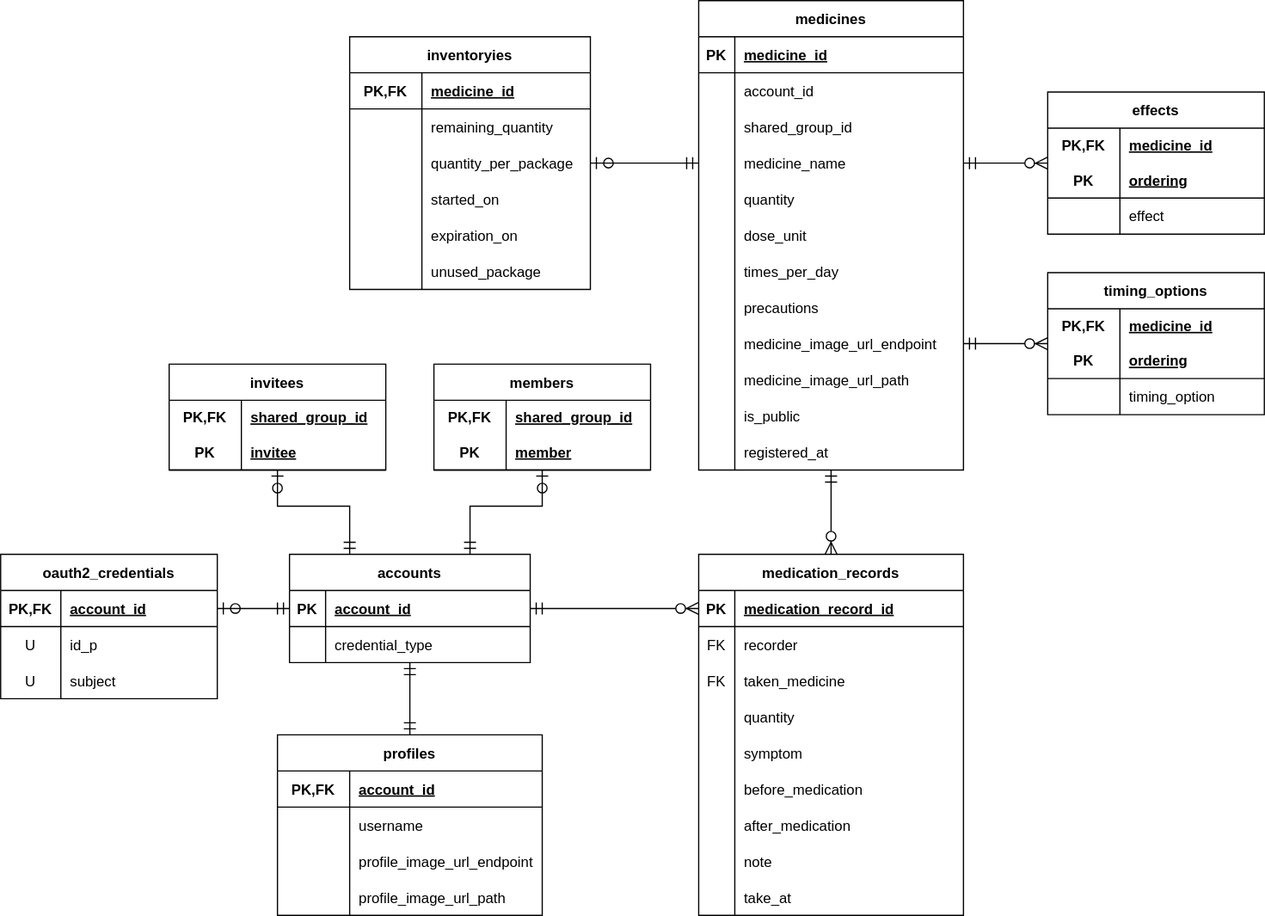
Above: docs/er.svg in hiroe-mkk/medicine-diary-webapp (draw.io), before the change. Source tidied: cells renumbered, new cells last; positions are measured from the earlier drawing's top-left corner, leaving out a move shared by most shapes.
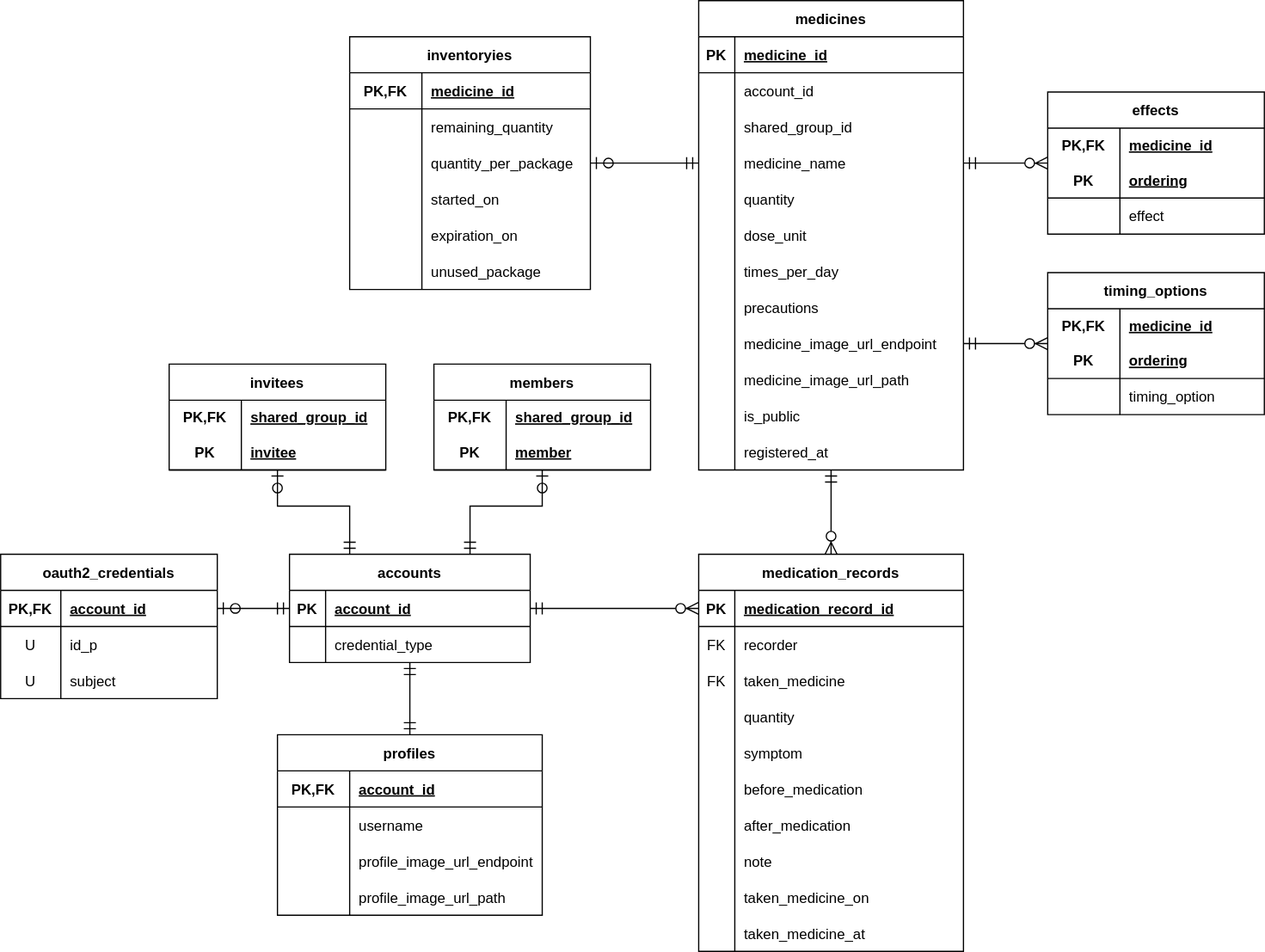
The same diagram one commit later.

The edit, as a diff of the source:
```diff
@@ -177,7 +177,7 @@
       <mxGeometry relative="1" as="geometry" />
     </mxCell>
     <mxCell id="60" value="medication_records" style="shape=table;startSize=30;rowLines=0;fontStyle=1;align=center;" parent="1" vertex="1">
-      <mxGeometry x="580" y="460" width="220" height="300" as="geometry" />
+      <mxGeometry x="580" y="460" width="220" height="330" as="geometry" />
     </mxCell>
     <mxCell id="61" style="shape=partialRectangle;fillColor=none;top=0;left=0;bottom=1;right=0;points=[[0,0.5],[1,0.5]];portConstraint=eastwest;" parent="60" vertex="1">
       <mxGeometry y="30" width="220" height="30" as="geometry" />
@@ -251,13 +251,22 @@
     <mxCell id="84" value="note" style="shape=partialRectangle;fillColor=none;top=0;left=0;bottom=0;right=0;align=left;spacingLeft=6;fontStyle=0;overflow=hidden;" parent="82" vertex="1">
       <mxGeometry x="30" width="190" height="30" as="geometry" />
     </mxCell>
+    <mxCell id="159" style="shape=partialRectangle;fillColor=none;top=0;left=0;bottom=0;right=0;" parent="60" vertex="1">
+      <mxGeometry y="270" width="220" height="30" as="geometry" />
+    </mxCell>
+    <mxCell id="160" style="shape=partialRectangle;fillColor=none;top=0;left=0;bottom=0;right=0;overflow=hidden;" parent="159" vertex="1">
+      <mxGeometry width="30" height="30" as="geometry" />
+    </mxCell>
+    <mxCell id="161" value="taken_medicine_on" style="shape=partialRectangle;fillColor=none;top=0;left=0;bottom=0;right=0;align=left;spacingLeft=6;overflow=hidden;" parent="159" vertex="1">
+      <mxGeometry x="30" width="190" height="30" as="geometry" />
+    </mxCell>
     <mxCell id="85" style="shape=partialRectangle;fillColor=none;top=0;left=0;bottom=0;right=0;" parent="60" vertex="1">
-      <mxGeometry y="270" width="220" height="30" as="geometry" />
+      <mxGeometry y="300" width="220" height="30" as="geometry" />
     </mxCell>
     <mxCell id="86" style="shape=partialRectangle;fillColor=none;top=0;left=0;bottom=0;right=0;overflow=hidden;" parent="85" vertex="1">
       <mxGeometry width="30" height="30" as="geometry" />
     </mxCell>
-    <mxCell id="87" value="take_at" style="shape=partialRectangle;fillColor=none;top=0;left=0;bottom=0;right=0;align=left;spacingLeft=6;overflow=hidden;" parent="85" vertex="1">
+    <mxCell id="87" value="taken_medicine_at" style="shape=partialRectangle;fillColor=none;top=0;left=0;bottom=0;right=0;align=left;spacingLeft=6;overflow=hidden;" parent="85" vertex="1">
       <mxGeometry x="30" width="190" height="30" as="geometry" />
     </mxCell>
     <mxCell id="88" value="effects" style="shape=table;startSize=30;rowLines=0;fontStyle=1;align=center;" parent="1" vertex="1">
```
